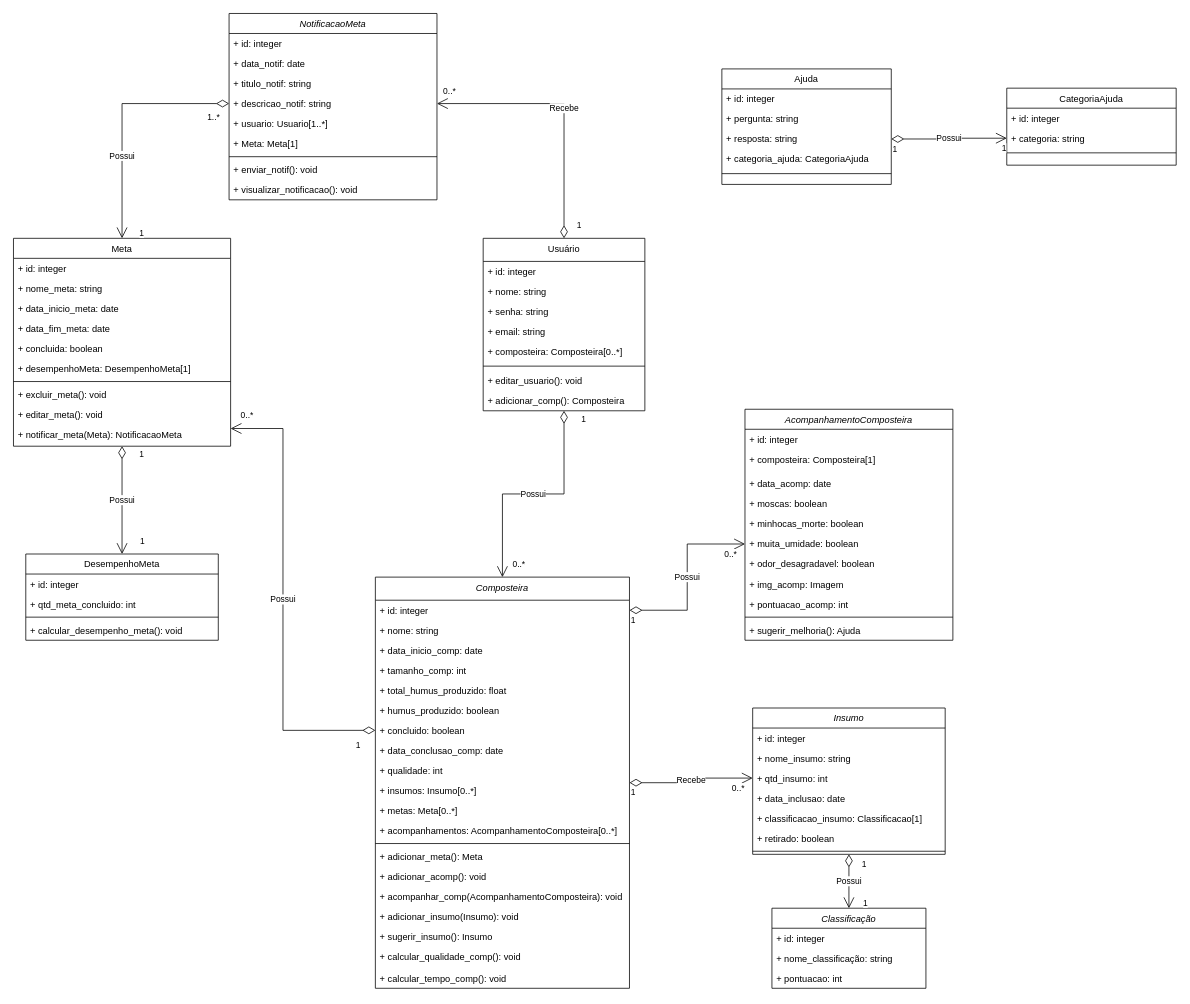
Earlier version of the draw.io diagram UML.drawio (any-gomes/compostapp). Source tidied: cells renumbered, new cells numbered last; positions are measured from the earlier drawing's top-left corner, leaving out a move shared by most shapes. Both pictures are drawn from the tidied source at 77%, with x=0, y=0 at pixel (13, 13).
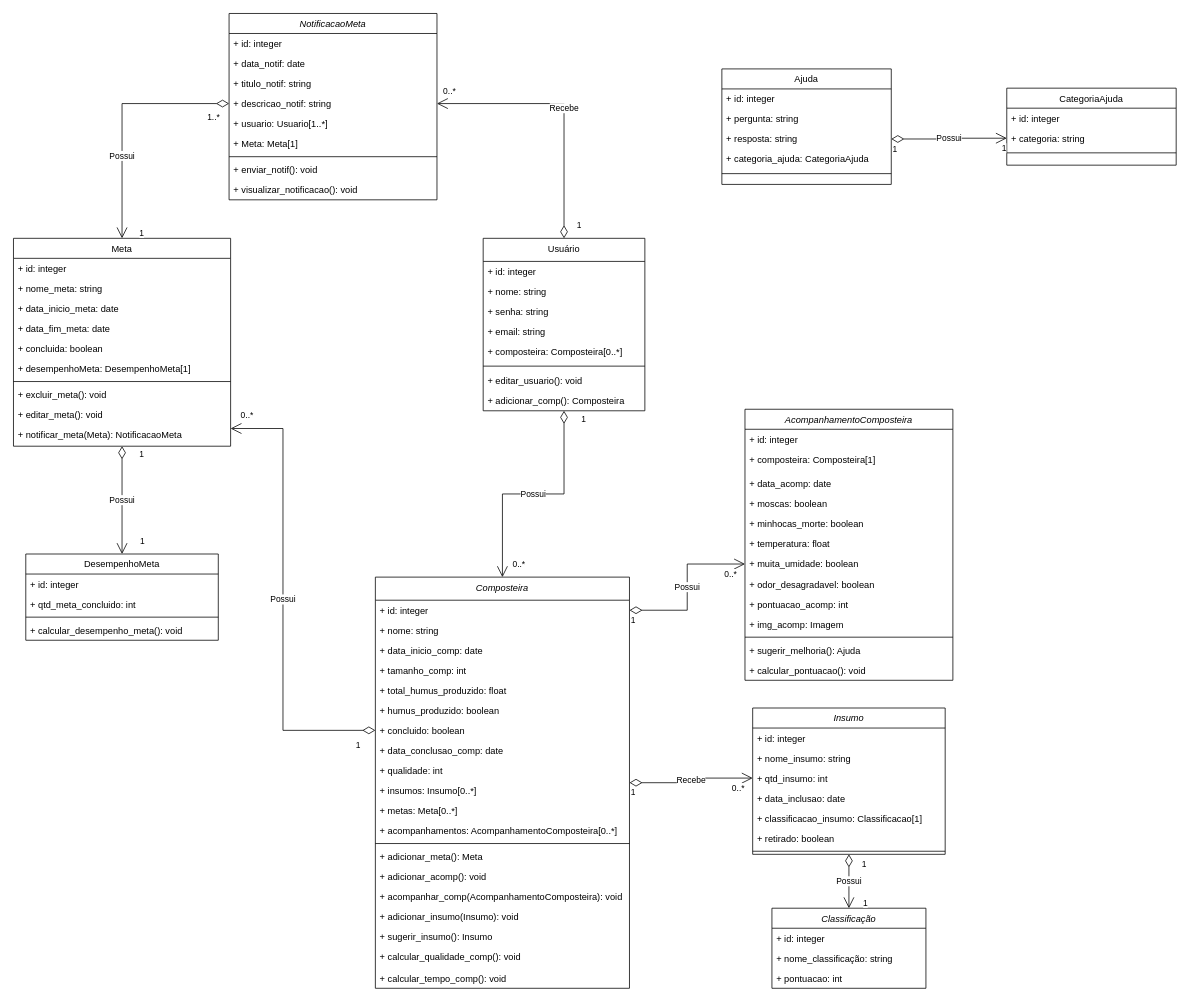
The same diagram, later.

The edit, as a diff of the source:
```diff
@@
     <mxCell id="63" value="AcompanhamentoComposteira" style="swimlane;fontStyle=2;align=center;verticalAlign=top;horizontal=1;startSize=26;rounded=0;shadow=0;strokeWidth=1;" parent="1" vertex="1">
-      <mxGeometry x="950" y="514" width="270" height="300" as="geometry" />
+      <mxGeometry x="950" y="514" width="270" height="352" as="geometry" />
     </mxCell>
@@
+    <mxCell id="120" value="+ temperatura: float" style="text;align=left;verticalAlign=top;spacingLeft=4;spacingRight=4;overflow=hidden;rounded=0;shadow=0;html=0;" parent="63" vertex="1">
+      <mxGeometry y="162" width="270" height="26" as="geometry" />
+    </mxCell>
     <mxCell id="69" value="+ muita_umidade: boolean" style="text;align=left;verticalAlign=top;spacingLeft=4;spacingRight=4;overflow=hidden;points=[[0,0.5],[1,0.5]];portConstraint=eastwest;rounded=0;shadow=0;html=0;" parent="63" vertex="1">
-      <mxGeometry y="162" width="270" height="26" as="geometry" />
+      <mxGeometry y="188" width="270" height="26" as="geometry" />
     </mxCell>
     <mxCell id="70" value="+ odor_desagradavel: boolean" style="text;align=left;verticalAlign=top;spacingLeft=4;spacingRight=4;overflow=hidden;rounded=0;shadow=0;html=0;" parent="63" vertex="1">
-      <mxGeometry y="188" width="270" height="26" as="geometry" />
+      <mxGeometry y="214" width="270" height="26" as="geometry" />
     </mxCell>
+    <mxCell id="72" value="+ pontuacao_acomp: int" style="text;align=left;verticalAlign=top;spacingLeft=4;spacingRight=4;overflow=hidden;" parent="63" vertex="1">
+      <mxGeometry y="240" width="270" height="26" as="geometry" />
+    </mxCell>
     <mxCell id="71" value="+ img_acomp: Imagem&#10;" style="text;align=left;verticalAlign=top;spacingLeft=4;spacingRight=4;overflow=hidden;rounded=0;shadow=0;html=0;" parent="63" vertex="1">
-      <mxGeometry y="214" width="270" height="26" as="geometry" />
+      <mxGeometry y="266" width="270" height="26" as="geometry" />
     </mxCell>
-    <mxCell id="72" value="+ pontuacao_acomp: int" style="text;align=left;verticalAlign=top;spacingLeft=4;spacingRight=4;overflow=hidden;" parent="63" vertex="1">
-      <mxGeometry y="240" width="270" height="26" as="geometry" />
-    </mxCell>
     <mxCell id="73" style="line;html=1;strokeWidth=1;align=left;verticalAlign=middle;spacingTop=-1;spacingLeft=3;spacingRight=3;labelPosition=right;" parent="63" vertex="1">
-      <mxGeometry y="266" width="270" height="8" as="geometry" />
+      <mxGeometry y="292" width="270" height="8" as="geometry" />
     </mxCell>
     <mxCell id="74" value="+ sugerir_melhoria(): Ajuda" style="text;align=left;verticalAlign=top;spacingLeft=4;spacingRight=4;overflow=hidden;" parent="63" vertex="1">
-      <mxGeometry y="274" width="270" height="26" as="geometry" />
+      <mxGeometry y="300" width="270" height="26" as="geometry" />
     </mxCell>
+    <mxCell id="121" value="+ calcular_pontuacao(): void" style="text;align=left;verticalAlign=top;spacingLeft=4;spacingRight=4;overflow=hidden;" parent="63" vertex="1">
+      <mxGeometry y="326" width="270" height="26" as="geometry" />
+    </mxCell>
```
